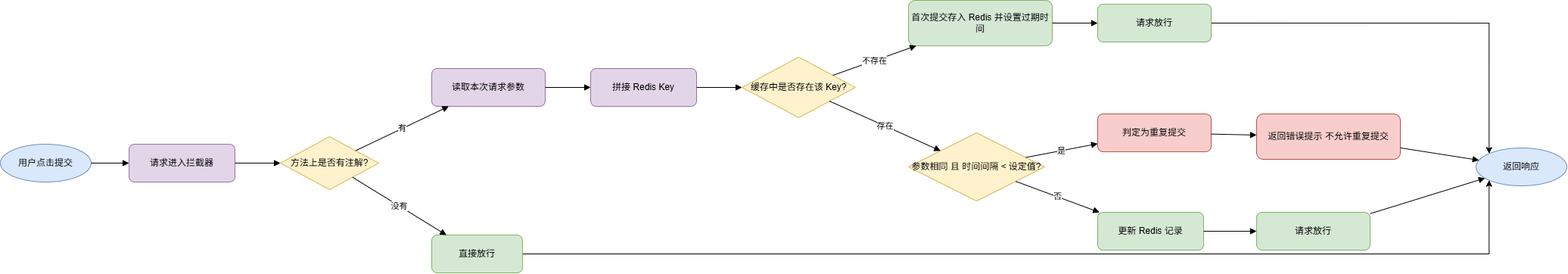
This is imgs/Flowchart/@RepeatSubmit.drawio.png from Moon-Knight1/SEU-Graduation-Thesis-Template, a draw.io export, as it was before one commit. Source tidied: cells renumbered, new cells last; positions are measured from the earlier drawing's top-left corner, leaving out a move shared by most shapes. The source it was exported from:
```xml
<mxGraphModel>
  <root>
    <mxCell id="0" />
    <mxCell id="1" parent="0" />
    <mxCell id="2" value="用户点击提交" style="ellipse;whiteSpace=wrap;html=1;fillColor=#dae8fc;strokeColor=#6c8ebf;" parent="1" vertex="1">
      <mxGeometry y="190" width="120" height="50" as="geometry" />
    </mxCell>
    <mxCell id="3" value="请求进入拦截器" style="rounded=1;whiteSpace=wrap;html=1;fillColor=#e1d5e7;strokeColor=#9673a6;" parent="1" vertex="1">
      <mxGeometry x="170" y="190" width="140" height="50" as="geometry" />
    </mxCell>
    <mxCell id="4" value="方法上是否有注解?" style="rhombus;whiteSpace=wrap;html=1;fillColor=#fff2cc;strokeColor=#d6b656;" parent="1" vertex="1">
      <mxGeometry x="370" y="180" width="130" height="70" as="geometry" />
    </mxCell>
    <mxCell id="5" style="edgeStyle=orthogonalEdgeStyle;rounded=0;jettySize=auto;html=1;exitX=1;exitY=0.5;exitDx=0;exitDy=0;entryX=0;entryY=1;entryDx=0;entryDy=0;" parent="1" edge="1" source="6" target="18">
      <mxGeometry relative="1" as="geometry" />
    </mxCell>
    <mxCell id="6" value="直接放行" style="rounded=1;whiteSpace=wrap;html=1;fillColor=#d5e8d4;strokeColor=#82b366;" parent="1" vertex="1">
      <mxGeometry x="570" y="310" width="120" height="50" as="geometry" />
    </mxCell>
    <mxCell id="7" value="读取本次请求参数" style="rounded=1;whiteSpace=wrap;html=1;fillColor=#e1d5e7;strokeColor=#9673a6;" parent="1" vertex="1">
      <mxGeometry x="570" y="90" width="150" height="50" as="geometry" />
    </mxCell>
    <mxCell id="8" value="拼接 Redis Key" style="rounded=1;whiteSpace=wrap;html=1;fillColor=#e1d5e7;strokeColor=#9673a6;" parent="1" vertex="1">
      <mxGeometry x="780" y="90" width="140" height="50" as="geometry" />
    </mxCell>
    <mxCell id="9" value="缓存中是否存在该 Key?" style="rhombus;whiteSpace=wrap;html=1;fillColor=#fff2cc;strokeColor=#d6b656;" parent="1" vertex="1">
      <mxGeometry x="980" y="75" width="150" height="80" as="geometry" />
    </mxCell>
    <mxCell id="10" value="首次提交存入 Redis 并设置过期时间" style="rounded=1;whiteSpace=wrap;html=1;fillColor=#d5e8d4;strokeColor=#82b366;" parent="1" vertex="1">
      <mxGeometry x="1200" width="190" height="60" as="geometry" />
    </mxCell>
    <mxCell id="11" style="edgeStyle=orthogonalEdgeStyle;rounded=0;jettySize=auto;html=1;exitX=1;exitY=0.5;exitDx=0;exitDy=0;entryX=0;entryY=0;entryDx=0;entryDy=0;" parent="1" edge="1" source="12" target="18">
      <mxGeometry relative="1" as="geometry" />
    </mxCell>
    <mxCell id="12" value="请求放行" style="rounded=1;whiteSpace=wrap;html=1;fillColor=#d5e8d4;strokeColor=#82b366;" parent="1" vertex="1">
      <mxGeometry x="1450" y="5" width="150" height="50" as="geometry" />
    </mxCell>
    <mxCell id="13" value="参数相同 且 时间间隔 &lt; 设定值?" style="rhombus;whiteSpace=wrap;html=1;fillColor=#fff2cc;strokeColor=#d6b656;" parent="1" vertex="1">
      <mxGeometry x="1200" y="175" width="180" height="90" as="geometry" />
    </mxCell>
    <mxCell id="14" value="判定为重复提交" style="rounded=1;whiteSpace=wrap;html=1;fillColor=#f8cecc;strokeColor=#b85450;" parent="1" vertex="1">
      <mxGeometry x="1450" y="150" width="150" height="50" as="geometry" />
    </mxCell>
    <mxCell id="15" value="返回错误提示 不允许重复提交" style="rounded=1;whiteSpace=wrap;html=1;fillColor=#f8cecc;strokeColor=#b85450;" parent="1" vertex="1">
      <mxGeometry x="1660" y="150" width="190" height="60" as="geometry" />
    </mxCell>
    <mxCell id="16" value="更新 Redis 记录" style="rounded=1;whiteSpace=wrap;html=1;fillColor=#d5e8d4;strokeColor=#82b366;" parent="1" vertex="1">
      <mxGeometry x="1450" y="280" width="140" height="50" as="geometry" />
    </mxCell>
    <mxCell id="17" value="请求放行" style="rounded=1;whiteSpace=wrap;html=1;fillColor=#d5e8d4;strokeColor=#82b366;" parent="1" vertex="1">
      <mxGeometry x="1660" y="280" width="150" height="50" as="geometry" />
    </mxCell>
    <mxCell id="18" value="返回响应" style="ellipse;whiteSpace=wrap;html=1;fillColor=#dae8fc;strokeColor=#6c8ebf;" parent="1" vertex="1">
      <mxGeometry x="1950" y="195" width="120" height="50" as="geometry" />
    </mxCell>
    <mxCell id="19" style="endArrow=block;html=1;rounded=0;" parent="1" edge="1" source="2" target="3">
      <mxGeometry relative="1" as="geometry" />
    </mxCell>
    <mxCell id="20" style="endArrow=block;html=1;rounded=0;" parent="1" edge="1" source="3" target="4">
      <mxGeometry relative="1" as="geometry" />
    </mxCell>
    <mxCell id="21" value="没有" style="endArrow=block;html=1;rounded=0;" parent="1" edge="1" source="4" target="6">
      <mxGeometry relative="1" as="geometry" />
    </mxCell>
    <mxCell id="22" value="有" style="endArrow=block;html=1;rounded=0;" parent="1" edge="1" source="4" target="7">
      <mxGeometry relative="1" as="geometry" />
    </mxCell>
    <mxCell id="23" style="endArrow=block;html=1;rounded=0;" parent="1" edge="1" source="7" target="8">
      <mxGeometry relative="1" as="geometry" />
    </mxCell>
    <mxCell id="24" style="endArrow=block;html=1;rounded=0;" parent="1" edge="1" source="8" target="9">
      <mxGeometry relative="1" as="geometry" />
    </mxCell>
    <mxCell id="25" value="不存在" style="endArrow=block;html=1;rounded=0;" parent="1" edge="1" source="9" target="10">
      <mxGeometry relative="1" as="geometry" />
    </mxCell>
    <mxCell id="26" style="endArrow=block;html=1;rounded=0;" parent="1" edge="1" source="10" target="12">
      <mxGeometry relative="1" as="geometry" />
    </mxCell>
    <mxCell id="27" value="存在" style="endArrow=block;html=1;rounded=0;" parent="1" edge="1" source="9" target="13">
      <mxGeometry relative="1" as="geometry" />
    </mxCell>
    <mxCell id="28" value="是" style="endArrow=block;html=1;rounded=0;" parent="1" edge="1" source="13" target="14">
      <mxGeometry relative="1" as="geometry" />
    </mxCell>
    <mxCell id="29" style="endArrow=block;html=1;rounded=0;" parent="1" edge="1" source="14" target="15">
      <mxGeometry relative="1" as="geometry" />
    </mxCell>
    <mxCell id="30" value="否" style="endArrow=block;html=1;rounded=0;" parent="1" edge="1" source="13" target="16">
      <mxGeometry relative="1" as="geometry" />
    </mxCell>
    <mxCell id="31" style="endArrow=block;html=1;rounded=0;" parent="1" edge="1" source="16" target="17">
      <mxGeometry relative="1" as="geometry" />
    </mxCell>
    <mxCell id="32" style="endArrow=block;html=1;rounded=0;" parent="1" edge="1" source="17" target="18">
      <mxGeometry relative="1" as="geometry" />
    </mxCell>
    <mxCell id="33" style="endArrow=block;html=1;rounded=0;" parent="1" edge="1" source="15" target="18">
      <mxGeometry relative="1" as="geometry" />
    </mxCell>
  </root>
</mxGraphModel>
```
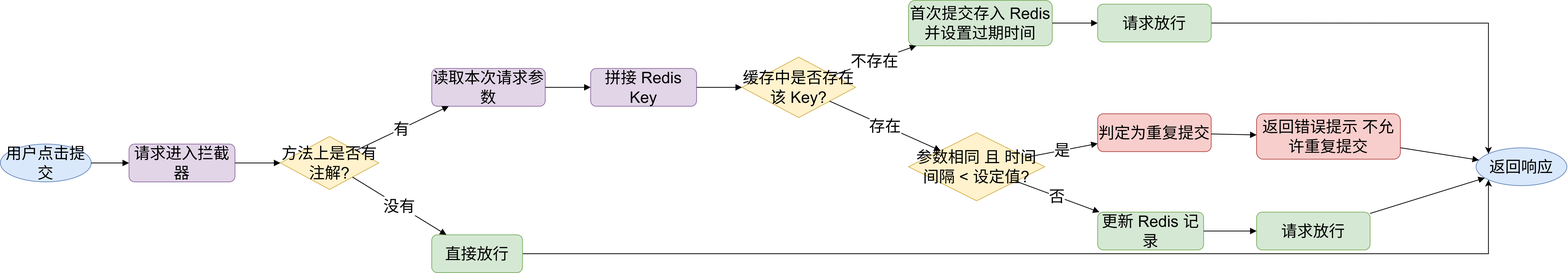
After the change.

Change to the diagram source:
```diff
@@ -2,100 +2,100 @@
   <root>
     <mxCell id="0" />
     <mxCell id="1" parent="0" />
-    <mxCell id="2" value="用户点击提交" style="ellipse;whiteSpace=wrap;html=1;fillColor=#dae8fc;strokeColor=#6c8ebf;" parent="1" vertex="1">
+    <mxCell id="2" value="用户点击提交" style="ellipse;whiteSpace=wrap;html=1;fillColor=#dae8fc;strokeColor=#6c8ebf;fontSize=21;" parent="1" vertex="1">
       <mxGeometry y="190" width="120" height="50" as="geometry" />
     </mxCell>
-    <mxCell id="3" value="请求进入拦截器" style="rounded=1;whiteSpace=wrap;html=1;fillColor=#e1d5e7;strokeColor=#9673a6;" parent="1" vertex="1">
+    <mxCell id="3" value="请求进入拦截器" style="rounded=1;whiteSpace=wrap;html=1;fillColor=#e1d5e7;strokeColor=#9673a6;fontSize=21;" parent="1" vertex="1">
       <mxGeometry x="170" y="190" width="140" height="50" as="geometry" />
     </mxCell>
-    <mxCell id="4" value="方法上是否有注解?" style="rhombus;whiteSpace=wrap;html=1;fillColor=#fff2cc;strokeColor=#d6b656;" parent="1" vertex="1">
+    <mxCell id="4" value="方法上是否有注解?" style="rhombus;whiteSpace=wrap;html=1;fillColor=#fff2cc;strokeColor=#d6b656;fontSize=21;" parent="1" vertex="1">
       <mxGeometry x="370" y="180" width="130" height="70" as="geometry" />
     </mxCell>
-    <mxCell id="5" style="edgeStyle=orthogonalEdgeStyle;rounded=0;jettySize=auto;html=1;exitX=1;exitY=0.5;exitDx=0;exitDy=0;entryX=0;entryY=1;entryDx=0;entryDy=0;" parent="1" edge="1" source="6" target="18">
+    <mxCell id="5" style="edgeStyle=orthogonalEdgeStyle;rounded=0;jettySize=auto;html=1;exitX=1;exitY=0.5;exitDx=0;exitDy=0;entryX=0;entryY=1;entryDx=0;entryDy=0;fontSize=21;" parent="1" edge="1" source="6" target="18">
       <mxGeometry relative="1" as="geometry" />
     </mxCell>
-    <mxCell id="6" value="直接放行" style="rounded=1;whiteSpace=wrap;html=1;fillColor=#d5e8d4;strokeColor=#82b366;" parent="1" vertex="1">
+    <mxCell id="6" value="直接放行" style="rounded=1;whiteSpace=wrap;html=1;fillColor=#d5e8d4;strokeColor=#82b366;fontSize=21;" parent="1" vertex="1">
       <mxGeometry x="570" y="310" width="120" height="50" as="geometry" />
     </mxCell>
-    <mxCell id="7" value="读取本次请求参数" style="rounded=1;whiteSpace=wrap;html=1;fillColor=#e1d5e7;strokeColor=#9673a6;" parent="1" vertex="1">
+    <mxCell id="7" value="读取本次请求参数" style="rounded=1;whiteSpace=wrap;html=1;fillColor=#e1d5e7;strokeColor=#9673a6;fontSize=21;" parent="1" vertex="1">
       <mxGeometry x="570" y="90" width="150" height="50" as="geometry" />
     </mxCell>
-    <mxCell id="8" value="拼接 Redis Key" style="rounded=1;whiteSpace=wrap;html=1;fillColor=#e1d5e7;strokeColor=#9673a6;" parent="1" vertex="1">
+    <mxCell id="8" value="拼接 Redis Key" style="rounded=1;whiteSpace=wrap;html=1;fillColor=#e1d5e7;strokeColor=#9673a6;fontSize=21;" parent="1" vertex="1">
       <mxGeometry x="780" y="90" width="140" height="50" as="geometry" />
     </mxCell>
-    <mxCell id="9" value="缓存中是否存在该 Key?" style="rhombus;whiteSpace=wrap;html=1;fillColor=#fff2cc;strokeColor=#d6b656;" parent="1" vertex="1">
+    <mxCell id="9" value="缓存中是否存在该 Key?" style="rhombus;whiteSpace=wrap;html=1;fillColor=#fff2cc;strokeColor=#d6b656;fontSize=21;" parent="1" vertex="1">
       <mxGeometry x="980" y="75" width="150" height="80" as="geometry" />
     </mxCell>
-    <mxCell id="10" value="首次提交存入 Redis 并设置过期时间" style="rounded=1;whiteSpace=wrap;html=1;fillColor=#d5e8d4;strokeColor=#82b366;" parent="1" vertex="1">
+    <mxCell id="10" value="首次提交存入 Redis 并设置过期时间" style="rounded=1;whiteSpace=wrap;html=1;fillColor=#d5e8d4;strokeColor=#82b366;fontSize=21;" parent="1" vertex="1">
       <mxGeometry x="1200" width="190" height="60" as="geometry" />
     </mxCell>
-    <mxCell id="11" style="edgeStyle=orthogonalEdgeStyle;rounded=0;jettySize=auto;html=1;exitX=1;exitY=0.5;exitDx=0;exitDy=0;entryX=0;entryY=0;entryDx=0;entryDy=0;" parent="1" edge="1" source="12" target="18">
+    <mxCell id="11" style="edgeStyle=orthogonalEdgeStyle;rounded=0;jettySize=auto;html=1;exitX=1;exitY=0.5;exitDx=0;exitDy=0;entryX=0;entryY=0;entryDx=0;entryDy=0;fontSize=21;" parent="1" edge="1" source="12" target="18">
       <mxGeometry relative="1" as="geometry" />
     </mxCell>
-    <mxCell id="12" value="请求放行" style="rounded=1;whiteSpace=wrap;html=1;fillColor=#d5e8d4;strokeColor=#82b366;" parent="1" vertex="1">
+    <mxCell id="12" value="请求放行" style="rounded=1;whiteSpace=wrap;html=1;fillColor=#d5e8d4;strokeColor=#82b366;fontSize=21;" parent="1" vertex="1">
       <mxGeometry x="1450" y="5" width="150" height="50" as="geometry" />
     </mxCell>
-    <mxCell id="13" value="参数相同 且 时间间隔 &lt; 设定值?" style="rhombus;whiteSpace=wrap;html=1;fillColor=#fff2cc;strokeColor=#d6b656;" parent="1" vertex="1">
+    <mxCell id="13" value="参数相同 且 时间间隔 &amp;lt; 设定值?" style="rhombus;whiteSpace=wrap;html=1;fillColor=#fff2cc;strokeColor=#d6b656;fontSize=21;" parent="1" vertex="1">
       <mxGeometry x="1200" y="175" width="180" height="90" as="geometry" />
     </mxCell>
-    <mxCell id="14" value="判定为重复提交" style="rounded=1;whiteSpace=wrap;html=1;fillColor=#f8cecc;strokeColor=#b85450;" parent="1" vertex="1">
+    <mxCell id="14" value="判定为重复提交" style="rounded=1;whiteSpace=wrap;html=1;fillColor=#f8cecc;strokeColor=#b85450;fontSize=21;" parent="1" vertex="1">
       <mxGeometry x="1450" y="150" width="150" height="50" as="geometry" />
     </mxCell>
-    <mxCell id="15" value="返回错误提示 不允许重复提交" style="rounded=1;whiteSpace=wrap;html=1;fillColor=#f8cecc;strokeColor=#b85450;" parent="1" vertex="1">
+    <mxCell id="15" value="返回错误提示 不允许重复提交" style="rounded=1;whiteSpace=wrap;html=1;fillColor=#f8cecc;strokeColor=#b85450;fontSize=21;" parent="1" vertex="1">
       <mxGeometry x="1660" y="150" width="190" height="60" as="geometry" />
     </mxCell>
-    <mxCell id="16" value="更新 Redis 记录" style="rounded=1;whiteSpace=wrap;html=1;fillColor=#d5e8d4;strokeColor=#82b366;" parent="1" vertex="1">
+    <mxCell id="16" value="更新 Redis 记录" style="rounded=1;whiteSpace=wrap;html=1;fillColor=#d5e8d4;strokeColor=#82b366;fontSize=21;" parent="1" vertex="1">
       <mxGeometry x="1450" y="280" width="140" height="50" as="geometry" />
     </mxCell>
-    <mxCell id="17" value="请求放行" style="rounded=1;whiteSpace=wrap;html=1;fillColor=#d5e8d4;strokeColor=#82b366;" parent="1" vertex="1">
+    <mxCell id="17" value="请求放行" style="rounded=1;whiteSpace=wrap;html=1;fillColor=#d5e8d4;strokeColor=#82b366;fontSize=21;" parent="1" vertex="1">
       <mxGeometry x="1660" y="280" width="150" height="50" as="geometry" />
     </mxCell>
-    <mxCell id="18" value="返回响应" style="ellipse;whiteSpace=wrap;html=1;fillColor=#dae8fc;strokeColor=#6c8ebf;" parent="1" vertex="1">
+    <mxCell id="18" value="返回响应" style="ellipse;whiteSpace=wrap;html=1;fillColor=#dae8fc;strokeColor=#6c8ebf;fontSize=21;" parent="1" vertex="1">
       <mxGeometry x="1950" y="195" width="120" height="50" as="geometry" />
     </mxCell>
-    <mxCell id="19" style="endArrow=block;html=1;rounded=0;" parent="1" edge="1" source="2" target="3">
+    <mxCell id="19" style="endArrow=block;html=1;rounded=0;fontSize=21;" parent="1" edge="1" source="2" target="3">
       <mxGeometry relative="1" as="geometry" />
     </mxCell>
-    <mxCell id="20" style="endArrow=block;html=1;rounded=0;" parent="1" edge="1" source="3" target="4">
+    <mxCell id="20" style="endArrow=block;html=1;rounded=0;fontSize=21;" parent="1" edge="1" source="3" target="4">
       <mxGeometry relative="1" as="geometry" />
     </mxCell>
-    <mxCell id="21" value="没有" style="endArrow=block;html=1;rounded=0;" parent="1" edge="1" source="4" target="6">
+    <mxCell id="21" value="没有" style="endArrow=block;html=1;rounded=0;fontSize=21;" parent="1" edge="1" source="4" target="6">
       <mxGeometry relative="1" as="geometry" />
     </mxCell>
-    <mxCell id="22" value="有" style="endArrow=block;html=1;rounded=0;" parent="1" edge="1" source="4" target="7">
+    <mxCell id="22" value="有" style="endArrow=block;html=1;rounded=0;fontSize=21;" parent="1" edge="1" source="4" target="7">
       <mxGeometry relative="1" as="geometry" />
     </mxCell>
-    <mxCell id="23" style="endArrow=block;html=1;rounded=0;" parent="1" edge="1" source="7" target="8">
+    <mxCell id="23" style="endArrow=block;html=1;rounded=0;fontSize=21;" parent="1" edge="1" source="7" target="8">
       <mxGeometry relative="1" as="geometry" />
     </mxCell>
-    <mxCell id="24" style="endArrow=block;html=1;rounded=0;" parent="1" edge="1" source="8" target="9">
+    <mxCell id="24" style="endArrow=block;html=1;rounded=0;fontSize=21;" parent="1" edge="1" source="8" target="9">
       <mxGeometry relative="1" as="geometry" />
     </mxCell>
-    <mxCell id="25" value="不存在" style="endArrow=block;html=1;rounded=0;" parent="1" edge="1" source="9" target="10">
+    <mxCell id="25" value="不存在" style="endArrow=block;html=1;rounded=0;fontSize=21;" parent="1" edge="1" source="9" target="10">
       <mxGeometry relative="1" as="geometry" />
     </mxCell>
-    <mxCell id="26" style="endArrow=block;html=1;rounded=0;" parent="1" edge="1" source="10" target="12">
+    <mxCell id="26" style="endArrow=block;html=1;rounded=0;fontSize=21;" parent="1" edge="1" source="10" target="12">
       <mxGeometry relative="1" as="geometry" />
     </mxCell>
-    <mxCell id="27" value="存在" style="endArrow=block;html=1;rounded=0;" parent="1" edge="1" source="9" target="13">
+    <mxCell id="27" value="存在" style="endArrow=block;html=1;rounded=0;fontSize=21;" parent="1" edge="1" source="9" target="13">
       <mxGeometry relative="1" as="geometry" />
     </mxCell>
-    <mxCell id="28" value="是" style="endArrow=block;html=1;rounded=0;" parent="1" edge="1" source="13" target="14">
+    <mxCell id="28" value="是" style="endArrow=block;html=1;rounded=0;fontSize=21;" parent="1" edge="1" source="13" target="14">
       <mxGeometry relative="1" as="geometry" />
     </mxCell>
-    <mxCell id="29" style="endArrow=block;html=1;rounded=0;" parent="1" edge="1" source="14" target="15">
+    <mxCell id="29" style="endArrow=block;html=1;rounded=0;fontSize=21;" parent="1" edge="1" source="14" target="15">
       <mxGeometry relative="1" as="geometry" />
     </mxCell>
-    <mxCell id="30" value="否" style="endArrow=block;html=1;rounded=0;" parent="1" edge="1" source="13" target="16">
+    <mxCell id="30" value="否" style="endArrow=block;html=1;rounded=0;fontSize=21;" parent="1" edge="1" source="13" target="16">
       <mxGeometry relative="1" as="geometry" />
     </mxCell>
-    <mxCell id="31" style="endArrow=block;html=1;rounded=0;" parent="1" edge="1" source="16" target="17">
+    <mxCell id="31" style="endArrow=block;html=1;rounded=0;fontSize=21;" parent="1" edge="1" source="16" target="17">
       <mxGeometry relative="1" as="geometry" />
     </mxCell>
-    <mxCell id="32" style="endArrow=block;html=1;rounded=0;" parent="1" edge="1" source="17" target="18">
+    <mxCell id="32" style="endArrow=block;html=1;rounded=0;fontSize=21;" parent="1" edge="1" source="17" target="18">
       <mxGeometry relative="1" as="geometry" />
     </mxCell>
-    <mxCell id="33" style="endArrow=block;html=1;rounded=0;" parent="1" edge="1" source="15" target="18">
+    <mxCell id="33" style="endArrow=block;html=1;rounded=0;fontSize=21;" parent="1" edge="1" source="15" target="18">
       <mxGeometry relative="1" as="geometry" />
     </mxCell>
   </root>
```
